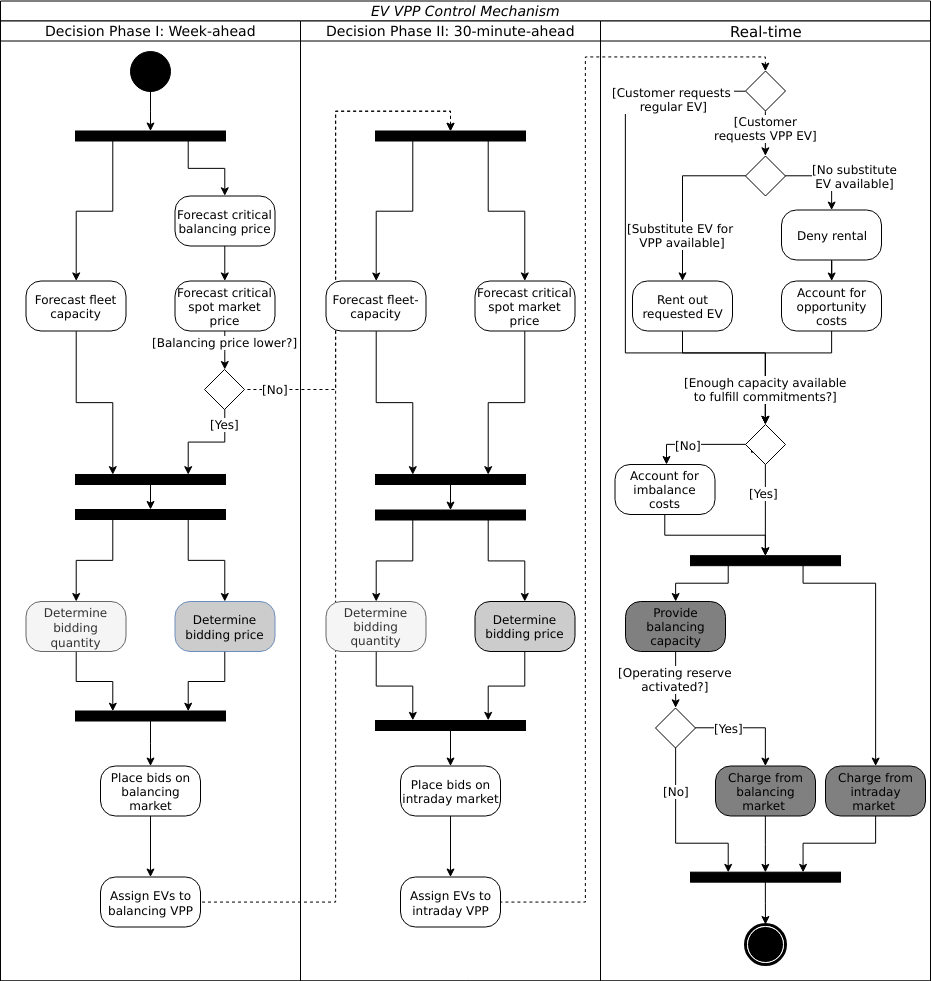
Earlier version of the draw.io export fig/control_mechanism.png (indyfree/ma-thesis). Source tidied: cells renumbered, new cells last; positions are measured from the earlier drawing's top-left corner, leaving out a move shared by most shapes.
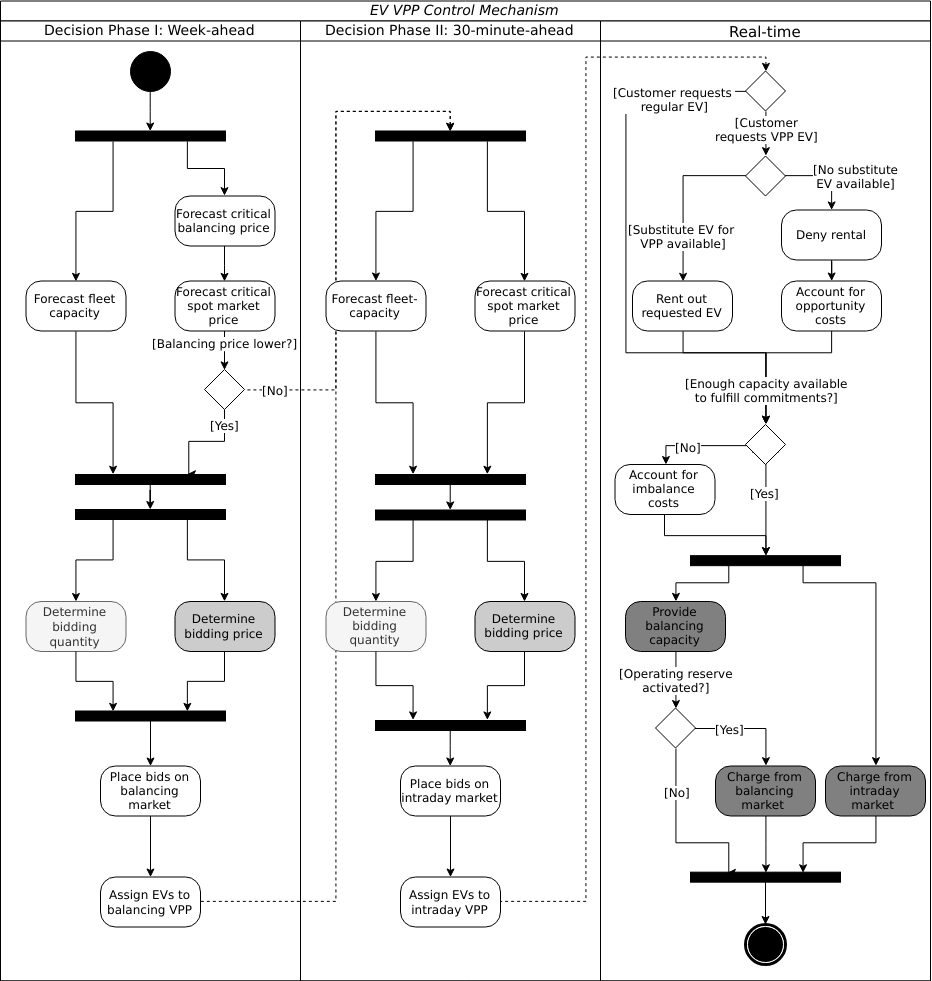
Later version of the same file.

Commit message:
[sec/model] Remove blue outline of figure

Change to the diagram source:
```diff
@@ -90,7 +90,7 @@
     <mxCell id="24" style="edgeStyle=orthogonalEdgeStyle;rounded=0;jettySize=auto;html=1;startArrow=classic;startFill=1;endArrow=none;endFill=0;fontSize=10;entryX=0.75;entryY=1;entryDx=0;entryDy=0;exitX=0.5;exitY=0;exitDx=0;exitDy=0;fontFamily=Verdana;" parent="6" edge="1" source="25" target="17">
       <mxGeometry relative="1" as="geometry" />
     </mxCell>
-    <mxCell id="25" value="&lt;font style=&quot;font-size: 12px&quot;&gt;Determine bidding price&lt;/font&gt;" style="rounded=1;whiteSpace=wrap;html=1;shadow=0;comic=0;labelBackgroundColor=none;strokeColor=#6c8ebf;strokeWidth=1;fillColor=#CCCCCC;fontFamily=Verdana;fontSize=10;align=center;arcSize=30;" parent="6" vertex="1">
+    <mxCell id="25" value="&lt;font style=&quot;font-size: 12px&quot;&gt;Determine bidding price&lt;/font&gt;" style="rounded=1;whiteSpace=wrap;html=1;shadow=0;comic=0;labelBackgroundColor=none;strokeColor=#000000;strokeWidth=1;fillColor=#CCCCCC;fontFamily=Verdana;fontSize=10;align=center;arcSize=30;" parent="6" vertex="1">
       <mxGeometry x="174.5" y="580.5" width="100" height="50" as="geometry" />
     </mxCell>
     <mxCell id="26" value="Place bids on balancing market" style="rounded=1;whiteSpace=wrap;html=1;shadow=0;comic=0;labelBackgroundColor=none;strokeColor=#000000;strokeWidth=1;fillColor=#ffffff;fontFamily=Verdana;fontSize=12;fontColor=#000000;align=center;arcSize=30;" parent="6" vertex="1">
```
